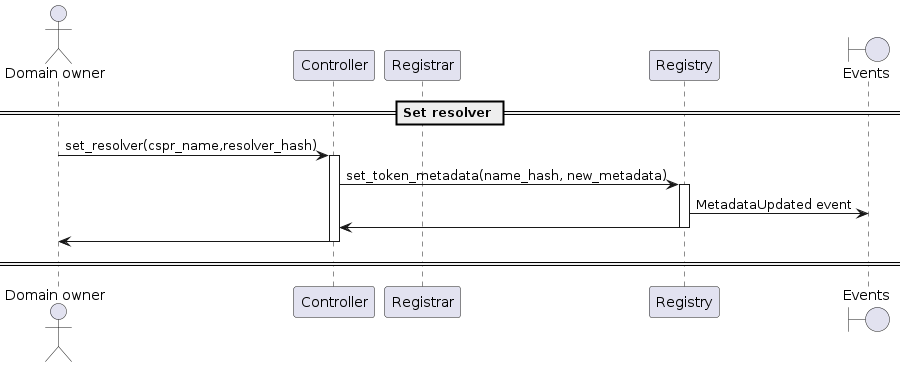
Earlier version of the PlantUML export docs/sequence-diagrams/puml/set-resolver.png (make-software/cspr-name-contracts).
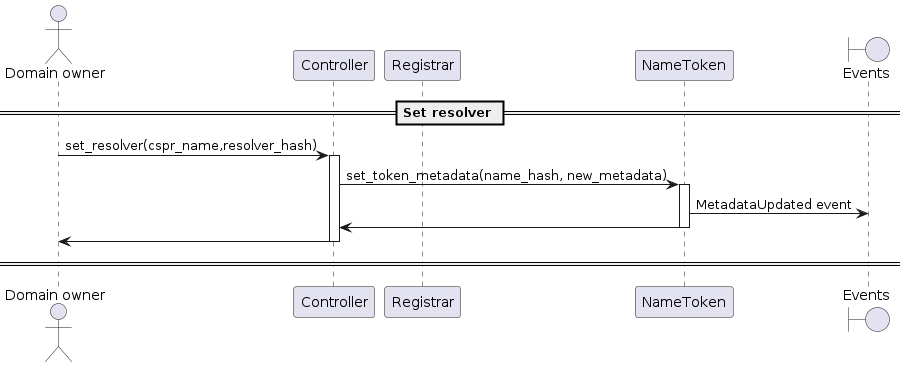
The same diagram one commit later.

Change to the diagram source:
```diff
@@ -3,7 +3,7 @@
 actor "Domain owner"
 participant "Controller"
 participant "Registrar"
-participant "Registry"
+participant "NameToken"
 boundary "Events"
 
 == Set resolver ==
@@ -11,11 +11,11 @@
 "Domain owner" -> Controller: set_resolver(cspr_name,resolver_hash)
 activate Controller
 
-Controller -> Registry: set_token_metadata(name_hash, new_metadata)
-activate Registry
-Registry -> "Events": MetadataUpdated event
-Registry -> Controller
-deactivate Registry
+Controller -> NameToken: set_token_metadata(name_hash, new_metadata)
+activate NameToken
+NameToken -> "Events": MetadataUpdated event
+NameToken -> Controller
+deactivate NameToken
 Controller -> "Domain owner"
 deactivate Controller
 
```
